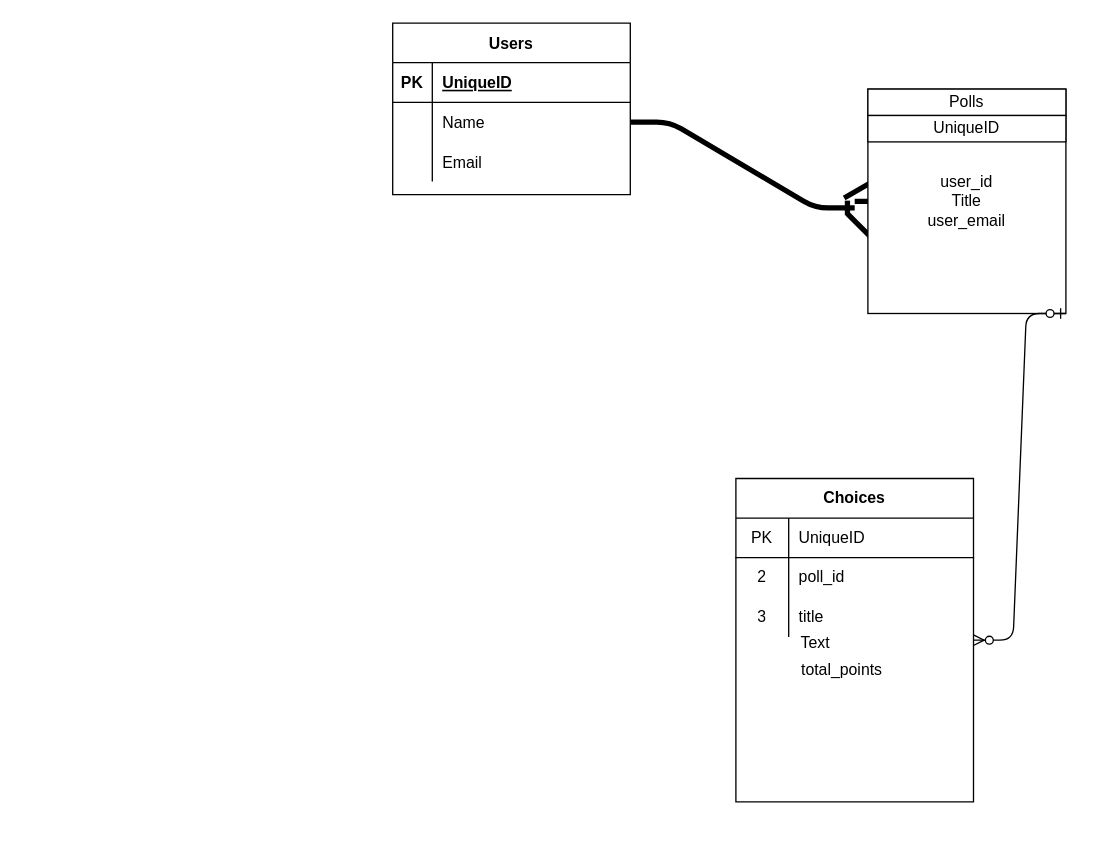
Above: Untitled Diagram.drawio in alan-mak/LiteVote (draw.io), before the change. Source tidied: cells renumbered, new cells numbered last; positions are measured from the earlier drawing's top-left corner, leaving out a move shared by most shapes. Both pictures are drawn from the tidied source at 132%, with x=0, y=0 at pixel (392, 22).
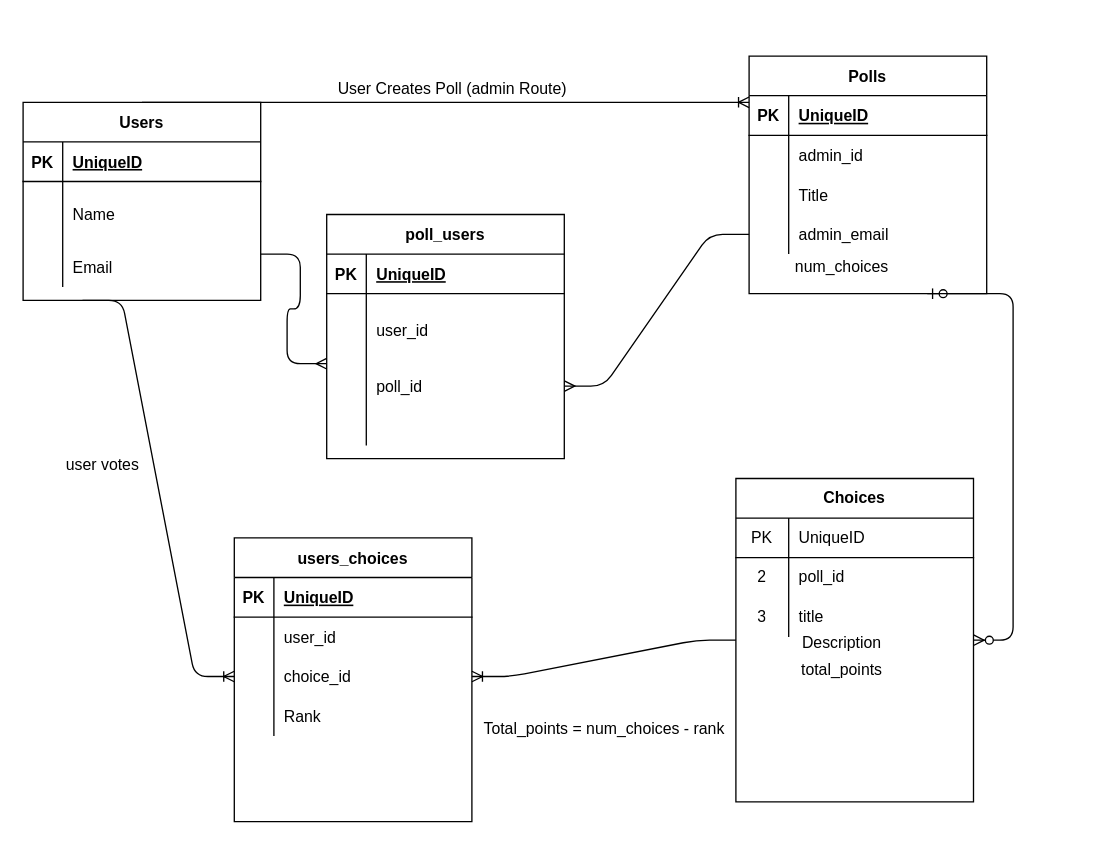
Above is the later version.

Commit message:
clean up ERD, add users_choices table

Unchanged cells that the change refers to:
```xml
<mxCell id="21" value="Choices" style="shape=table;html=1;whiteSpace=wrap;startSize=30;childLayout=tableLayout;rowLines=0;fontStyle=1;align=center;" parent="1" vertex="1">
  <mxGeometry x="260" y="345" width="180" height="245" as="geometry" />
</mxCell>
```

What changed in the source:
```diff
@@
     <mxCell id="2" value="Users" style="shape=table;startSize=30;childLayout=tableLayout;rowLines=0;fontStyle=1;align=center;" parent="1" vertex="1">
-      <mxGeometry width="180" height="130" as="geometry" />
+      <mxGeometry x="-280" y="60" width="180" height="150" as="geometry" />
     </mxCell>
@@
     <mxCell id="6" style="shape=partialRectangle;fillColor=none;top=0;left=0;bottom=0;right=0;points=[[0,0.5],[1,0.5]];portConstraint=eastwest;" parent="2" vertex="1">
-      <mxGeometry y="60" width="180" height="30" as="geometry" />
+      <mxGeometry y="60" width="180" height="50" as="geometry" />
     </mxCell>
     <mxCell id="7" style="shape=partialRectangle;fillColor=none;top=0;left=0;bottom=0;right=0;overflow=hidden;" parent="6" vertex="1">
-      <mxGeometry width="30" height="30" as="geometry" />
+      <mxGeometry width="30" height="50" as="geometry" />
     </mxCell>
     <mxCell id="8" value="Name" style="shape=partialRectangle;fillColor=none;top=0;left=0;bottom=0;right=0;align=left;spacingLeft=6;overflow=hidden;" parent="6" vertex="1">
-      <mxGeometry x="30" width="150" height="30" as="geometry" />
+      <mxGeometry x="30" width="150" height="50" as="geometry" />
     </mxCell>
     <mxCell id="9" style="shape=partialRectangle;fillColor=none;top=0;left=0;bottom=0;right=0;" parent="2" vertex="1">
-      <mxGeometry y="90" width="180" height="30" as="geometry" />
+      <mxGeometry y="110" width="180" height="30" as="geometry" />
     </mxCell>
@@
-    <mxCell id="12" style="edgeStyle=entityRelationEdgeStyle;fontSize=12;html=1;endArrow=ERone;endFill=1;exitX=1;exitY=0.5;exitDx=0;exitDy=0;strokeWidth=4;" parent="1" edge="1" source="6">
-      <mxGeometry relative="1" as="geometry">
-        <mxPoint x="350" y="140" as="targetPoint" />
-      </mxGeometry>
-    </mxCell>
-    <mxCell id="13" style="line;strokeWidth=4;html=1;perimeter=backbonePerimeter;rotation=-30;" parent="1" vertex="1">
-      <mxGeometry x="340" y="120" width="30" height="10" as="geometry" />
-    </mxCell>
-    <mxCell id="14" style="line;strokeWidth=4;html=1;perimeter=backbonePerimeter;rotation=45;" parent="1" vertex="1">
-      <mxGeometry x="340" y="150" width="30" height="10" as="geometry" />
-    </mxCell>
-    <mxCell id="15" style="line;strokeWidth=4;html=1;perimeter=backbonePerimeter;rotation=0;" parent="1" vertex="1">
-      <mxGeometry x="350" y="130" width="30" height="10" as="geometry" />
-    </mxCell>
-    <mxCell id="16" value="user_id&lt;br&gt;Title&lt;br&gt;user_email" style="rounded=0;whiteSpace=wrap;html=1;" parent="1" vertex="1">
-      <mxGeometry x="360" y="50" width="150" height="170" as="geometry" />
-    </mxCell>
-    <mxCell id="17" value="Polls" style="rounded=0;whiteSpace=wrap;html=1;" parent="1" vertex="1">
-      <mxGeometry x="360" y="50" width="150" height="20" as="geometry" />
-    </mxCell>
-    <mxCell id="18" value="UniqueID" style="rounded=0;whiteSpace=wrap;html=1;" parent="1" vertex="1">
-      <mxGeometry x="360" y="70" width="150" height="20" as="geometry" />
-    </mxCell>
-    <mxCell id="19" style="edgeStyle=orthogonalEdgeStyle;rounded=0;orthogonalLoop=1;jettySize=auto;html=1;exitX=0.5;exitY=1;exitDx=0;exitDy=0;" parent="1" edge="1" source="16" target="16">
-      <mxGeometry relative="1" as="geometry" />
+    <mxCell id="19" style="edgeStyle=orthogonalEdgeStyle;rounded=0;orthogonalLoop=1;jettySize=auto;html=1;exitX=0.5;exitY=1;exitDx=0;exitDy=0;" parent="1" edge="1">
+      <mxGeometry relative="1" as="geometry">
+        <mxPoint x="255" y="235" as="sourcePoint" />
+        <mxPoint x="255" y="235" as="targetPoint" />
+      </mxGeometry>
     </mxCell>
-    <mxCell id="20" style="edgeStyle=entityRelationEdgeStyle;fontSize=12;html=1;endArrow=ERzeroToMany;startArrow=ERzeroToOne;exitX=1;exitY=1;exitDx=0;exitDy=0;" parent="1" edge="1" source="16" target="21">
+    <mxCell id="20" style="edgeStyle=entityRelationEdgeStyle;fontSize=12;html=1;endArrow=ERzeroToMany;startArrow=ERzeroToOne;exitX=0.75;exitY=1;exitDx=0;exitDy=0;" parent="1" edge="1" source="17" target="21">
       <mxGeometry relative="1" as="geometry" />
     </mxCell>
@@
-    <mxCell id="31" value="Text&lt;br&gt;" style="text;html=1;align=center;verticalAlign=middle;" parent="1" vertex="1">
-      <mxGeometry x="300" y="460" width="40" height="20" as="geometry" />
+    <mxCell id="31" value="Description" style="text;html=1;align=center;verticalAlign=middle;" parent="1" vertex="1">
+      <mxGeometry x="300" y="460" width="80" height="20" as="geometry" />
     </mxCell>
@@
+    <mxCell id="33" style="edgeStyle=entityRelationEdgeStyle;fontSize=12;html=1;endArrow=ERmany;entryX=0;entryY=0.964;entryDx=0;entryDy=0;entryPerimeter=0;" parent="1" edge="1" target="38">
+      <mxGeometry relative="1" as="geometry">
+        <mxPoint x="-100" y="175" as="sourcePoint" />
+      </mxGeometry>
+    </mxCell>
+    <mxCell id="34" value="poll_users" style="shape=table;startSize=30;childLayout=tableLayout;rowLines=0;fontStyle=1;align=center;" parent="1" vertex="1">
+      <mxGeometry x="-50" y="145" width="180" height="185" as="geometry" />
+    </mxCell>
+    <mxCell id="35" style="shape=partialRectangle;fillColor=none;top=0;left=0;bottom=1;right=0;" parent="34" vertex="1">
+      <mxGeometry y="30" width="180" height="30" as="geometry" />
+    </mxCell>
+    <mxCell id="36" value="PK" style="shape=partialRectangle;fillColor=none;top=0;left=0;bottom=0;right=0;fontStyle=1;overflow=hidden;" parent="35" vertex="1">
+      <mxGeometry width="30" height="30" as="geometry" />
+    </mxCell>
+    <mxCell id="37" value="UniqueID" style="shape=partialRectangle;fillColor=none;top=0;left=0;bottom=0;right=0;align=left;spacingLeft=6;fontStyle=5;overflow=hidden;" parent="35" vertex="1">
+      <mxGeometry x="30" width="150" height="30" as="geometry" />
+    </mxCell>
+    <mxCell id="38" style="shape=partialRectangle;fillColor=none;top=0;left=0;bottom=0;right=0;points=[[0,0.5],[1,0.5]];portConstraint=eastwest;" parent="34" vertex="1">
+      <mxGeometry y="60" width="180" height="55" as="geometry" />
+    </mxCell>
+    <mxCell id="39" style="shape=partialRectangle;fillColor=none;top=0;left=0;bottom=0;right=0;overflow=hidden;" parent="38" vertex="1">
+      <mxGeometry width="30" height="55" as="geometry" />
+    </mxCell>
+    <mxCell id="40" value="user_id" style="shape=partialRectangle;fillColor=none;top=0;left=0;bottom=0;right=0;align=left;spacingLeft=6;overflow=hidden;" parent="38" vertex="1">
+      <mxGeometry x="30" width="150" height="55" as="geometry" />
+    </mxCell>
+    <mxCell id="41" style="shape=partialRectangle;fillColor=none;top=0;left=0;bottom=0;right=0;points=[[0,0.5],[1,0.5]];portConstraint=eastwest;" parent="34" vertex="1">
+      <mxGeometry y="115" width="180" height="30" as="geometry" />
+    </mxCell>
+    <mxCell id="42" style="shape=partialRectangle;fillColor=none;top=0;left=0;bottom=0;right=0;overflow=hidden;" parent="41" vertex="1">
+      <mxGeometry width="30" height="30" as="geometry" />
+    </mxCell>
+    <mxCell id="43" value="poll_id" style="shape=partialRectangle;fillColor=none;top=0;left=0;bottom=0;right=0;align=left;spacingLeft=6;overflow=hidden;" parent="41" vertex="1">
+      <mxGeometry x="30" width="150" height="30" as="geometry" />
+    </mxCell>
+    <mxCell id="44" style="shape=partialRectangle;fillColor=none;top=0;left=0;bottom=0;right=0;" parent="34" vertex="1">
+      <mxGeometry y="145" width="180" height="30" as="geometry" />
+    </mxCell>
+    <mxCell id="45" style="shape=partialRectangle;fillColor=none;top=0;left=0;bottom=0;right=0;overflow=hidden;" parent="44" vertex="1">
+      <mxGeometry width="30" height="30" as="geometry" />
+    </mxCell>
+    <mxCell id="46" style="shape=partialRectangle;fillColor=none;top=0;left=0;bottom=0;right=0;align=left;spacingLeft=6;overflow=hidden;" parent="44" vertex="1">
+      <mxGeometry x="30" width="150" height="30" as="geometry" />
+    </mxCell>
+    <mxCell id="47" style="edgeStyle=entityRelationEdgeStyle;fontSize=12;html=1;endArrow=ERmany;entryX=1;entryY=0.5;entryDx=0;entryDy=0;exitX=0;exitY=0.5;exitDx=0;exitDy=0;" parent="1" edge="1" source="73" target="41">
+      <mxGeometry relative="1" as="geometry" />
+    </mxCell>
+    <mxCell id="48" value="users_choices" style="shape=table;startSize=30;childLayout=tableLayout;rowLines=0;fontStyle=1;align=center;" parent="1" vertex="1">
+      <mxGeometry x="-120" y="390" width="180" height="215" as="geometry" />
+    </mxCell>
+    <mxCell id="49" style="shape=partialRectangle;fillColor=none;top=0;left=0;bottom=1;right=0;" parent="48" vertex="1">
+      <mxGeometry y="30" width="180" height="30" as="geometry" />
+    </mxCell>
+    <mxCell id="50" value="PK" style="shape=partialRectangle;fillColor=none;top=0;left=0;bottom=0;right=0;fontStyle=1;overflow=hidden;" parent="49" vertex="1">
+      <mxGeometry width="30" height="30" as="geometry" />
+    </mxCell>
+    <mxCell id="51" value="UniqueID" style="shape=partialRectangle;fillColor=none;top=0;left=0;bottom=0;right=0;align=left;spacingLeft=6;fontStyle=5;overflow=hidden;" parent="49" vertex="1">
+      <mxGeometry x="30" width="150" height="30" as="geometry" />
+    </mxCell>
+    <mxCell id="52" style="shape=partialRectangle;fillColor=none;top=0;left=0;bottom=0;right=0;" parent="48" vertex="1">
+      <mxGeometry y="60" width="180" height="30" as="geometry" />
+    </mxCell>
+    <mxCell id="53" style="shape=partialRectangle;fillColor=none;top=0;left=0;bottom=0;right=0;overflow=hidden;" parent="52" vertex="1">
+      <mxGeometry width="30" height="30" as="geometry" />
+    </mxCell>
+    <mxCell id="54" value="user_id" style="shape=partialRectangle;fillColor=none;top=0;left=0;bottom=0;right=0;align=left;spacingLeft=6;overflow=hidden;" parent="52" vertex="1">
+      <mxGeometry x="30" width="150" height="30" as="geometry" />
+    </mxCell>
+    <mxCell id="55" style="shape=partialRectangle;fillColor=none;top=0;left=0;bottom=0;right=0;points=[[0,0.5],[1,0.5]];portConstraint=eastwest;" parent="48" vertex="1">
+      <mxGeometry y="90" width="180" height="30" as="geometry" />
+    </mxCell>
+    <mxCell id="56" style="shape=partialRectangle;fillColor=none;top=0;left=0;bottom=0;right=0;overflow=hidden;" parent="55" vertex="1">
+      <mxGeometry width="30" height="30" as="geometry" />
+    </mxCell>
+    <mxCell id="57" value="choice_id" style="shape=partialRectangle;fillColor=none;top=0;left=0;bottom=0;right=0;align=left;spacingLeft=6;overflow=hidden;" parent="55" vertex="1">
+      <mxGeometry x="30" width="150" height="30" as="geometry" />
+    </mxCell>
+    <mxCell id="58" style="shape=partialRectangle;fillColor=none;top=0;left=0;bottom=0;right=0;" parent="48" vertex="1">
+      <mxGeometry y="120" width="180" height="30" as="geometry" />
+    </mxCell>
+    <mxCell id="59" style="shape=partialRectangle;fillColor=none;top=0;left=0;bottom=0;right=0;overflow=hidden;" parent="58" vertex="1">
+      <mxGeometry width="30" height="30" as="geometry" />
+    </mxCell>
+    <mxCell id="60" value="Rank" style="shape=partialRectangle;fillColor=none;top=0;left=0;bottom=0;right=0;align=left;spacingLeft=6;overflow=hidden;" parent="58" vertex="1">
+      <mxGeometry x="30" width="150" height="30" as="geometry" />
+    </mxCell>
+    <mxCell id="61" style="edgeStyle=entityRelationEdgeStyle;fontSize=12;html=1;endArrow=ERoneToMany;entryX=0;entryY=0.5;entryDx=0;entryDy=0;exitX=0.25;exitY=1;exitDx=0;exitDy=0;" parent="1" edge="1" source="2" target="55">
+      <mxGeometry relative="1" as="geometry" />
+    </mxCell>
+    <mxCell id="62" style="edgeStyle=entityRelationEdgeStyle;fontSize=12;html=1;endArrow=ERoneToMany;entryX=1;entryY=0.5;entryDx=0;entryDy=0;exitX=0;exitY=0.5;exitDx=0;exitDy=0;" parent="1" edge="1" source="21" target="55">
+      <mxGeometry relative="1" as="geometry" />
+    </mxCell>
+    <mxCell id="63" style="edgeStyle=entityRelationEdgeStyle;fontSize=12;html=1;endArrow=ERoneToMany;exitX=0.5;exitY=0;exitDx=0;exitDy=0;entryX=0;entryY=0.167;entryDx=0;entryDy=0;entryPerimeter=0;" parent="1" edge="1" source="2" target="64">
+      <mxGeometry relative="1" as="geometry" />
+    </mxCell>
+    <mxCell id="17" value="Polls" style="shape=table;startSize=30;childLayout=tableLayout;rowLines=0;fontStyle=1;align=center;" parent="1" vertex="1">
+      <mxGeometry x="270" y="25" width="180" height="180" as="geometry" />
+    </mxCell>
+    <mxCell id="64" style="shape=partialRectangle;fillColor=none;top=0;left=0;bottom=1;right=0;points=[[0,0.5],[1,0.5]];portConstraint=eastwest;" parent="17" vertex="1">
+      <mxGeometry y="30" width="180" height="30" as="geometry" />
+    </mxCell>
+    <mxCell id="65" value="PK" style="shape=partialRectangle;fillColor=none;top=0;left=0;bottom=0;right=0;fontStyle=1;overflow=hidden;" parent="64" vertex="1">
+      <mxGeometry width="30" height="30" as="geometry" />
+    </mxCell>
+    <mxCell id="66" value="UniqueID" style="shape=partialRectangle;fillColor=none;top=0;left=0;bottom=0;right=0;align=left;spacingLeft=6;fontStyle=5;overflow=hidden;" parent="64" vertex="1">
+      <mxGeometry x="30" width="150" height="30" as="geometry" />
+    </mxCell>
+    <mxCell id="67" style="shape=partialRectangle;fillColor=none;top=0;left=0;bottom=0;right=0;" parent="17" vertex="1">
+      <mxGeometry y="60" width="180" height="30" as="geometry" />
+    </mxCell>
+    <mxCell id="68" style="shape=partialRectangle;fillColor=none;top=0;left=0;bottom=0;right=0;overflow=hidden;" parent="67" vertex="1">
+      <mxGeometry width="30" height="30" as="geometry" />
+    </mxCell>
+    <mxCell id="69" value="admin_id" style="shape=partialRectangle;fillColor=none;top=0;left=0;bottom=0;right=0;align=left;spacingLeft=6;overflow=hidden;" parent="67" vertex="1">
+      <mxGeometry x="30" width="150" height="30" as="geometry" />
+    </mxCell>
+    <mxCell id="70" style="shape=partialRectangle;fillColor=none;top=0;left=0;bottom=0;right=0;" parent="17" vertex="1">
+      <mxGeometry y="90" width="180" height="30" as="geometry" />
+    </mxCell>
+    <mxCell id="71" style="shape=partialRectangle;fillColor=none;top=0;left=0;bottom=0;right=0;overflow=hidden;" parent="70" vertex="1">
+      <mxGeometry width="30" height="30" as="geometry" />
+    </mxCell>
+    <mxCell id="72" value="Title" style="shape=partialRectangle;fillColor=none;top=0;left=0;bottom=0;right=0;align=left;spacingLeft=6;overflow=hidden;" parent="70" vertex="1">
+      <mxGeometry x="30" width="150" height="30" as="geometry" />
+    </mxCell>
+    <mxCell id="73" style="shape=partialRectangle;fillColor=none;top=0;left=0;bottom=0;right=0;points=[[0,0.5],[1,0.5]];portConstraint=eastwest;" parent="17" vertex="1">
+      <mxGeometry y="120" width="180" height="30" as="geometry" />
+    </mxCell>
+    <mxCell id="74" style="shape=partialRectangle;fillColor=none;top=0;left=0;bottom=0;right=0;overflow=hidden;" parent="73" vertex="1">
+      <mxGeometry width="30" height="30" as="geometry" />
+    </mxCell>
+    <mxCell id="75" value="admin_email" style="shape=partialRectangle;fillColor=none;top=0;left=0;bottom=0;right=0;align=left;spacingLeft=6;overflow=hidden;" parent="73" vertex="1">
+      <mxGeometry x="30" width="150" height="30" as="geometry" />
+    </mxCell>
+    <mxCell id="76" value="num_choices" style="text;html=1;align=center;verticalAlign=middle;" parent="1" vertex="1">
+      <mxGeometry x="295" y="175" width="90" height="20" as="geometry" />
+    </mxCell>
+    <mxCell id="77" value="User Creates Poll (admin Route)" style="text;html=1;align=center;verticalAlign=middle;" parent="1" vertex="1">
+      <mxGeometry x="-50" y="40" width="190" height="20" as="geometry" />
+    </mxCell>
+    <mxCell id="78" value="user votes" style="text;html=1;align=center;verticalAlign=middle;" parent="1" vertex="1">
+      <mxGeometry x="-255" y="325" width="70" height="20" as="geometry" />
+    </mxCell>
+    <mxCell id="79" value="Total_points = num_choices - rank" style="text;html=1;align=center;verticalAlign=middle;" parent="1" vertex="1">
+      <mxGeometry x="60" y="525" width="200" height="20" as="geometry" />
+    </mxCell>
```
